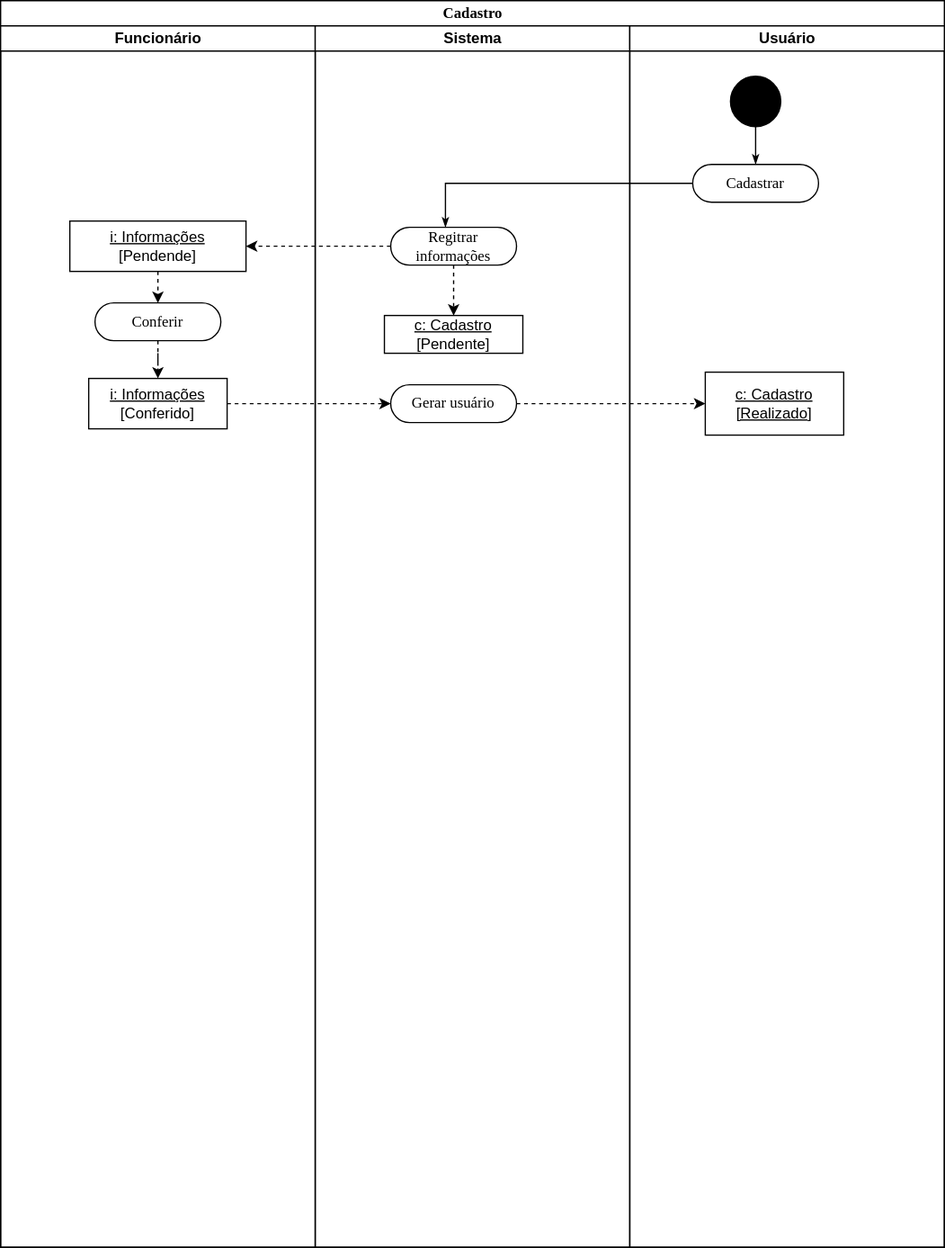
Earlier version of the draw.io export Atividades/Atividade_1.svg (JesCat16/Projeto01_Modelagem_De_Software). Source tidied: cells renumbered, new cells last; positions are measured from the earlier drawing's top-left corner, leaving out a move shared by most shapes.
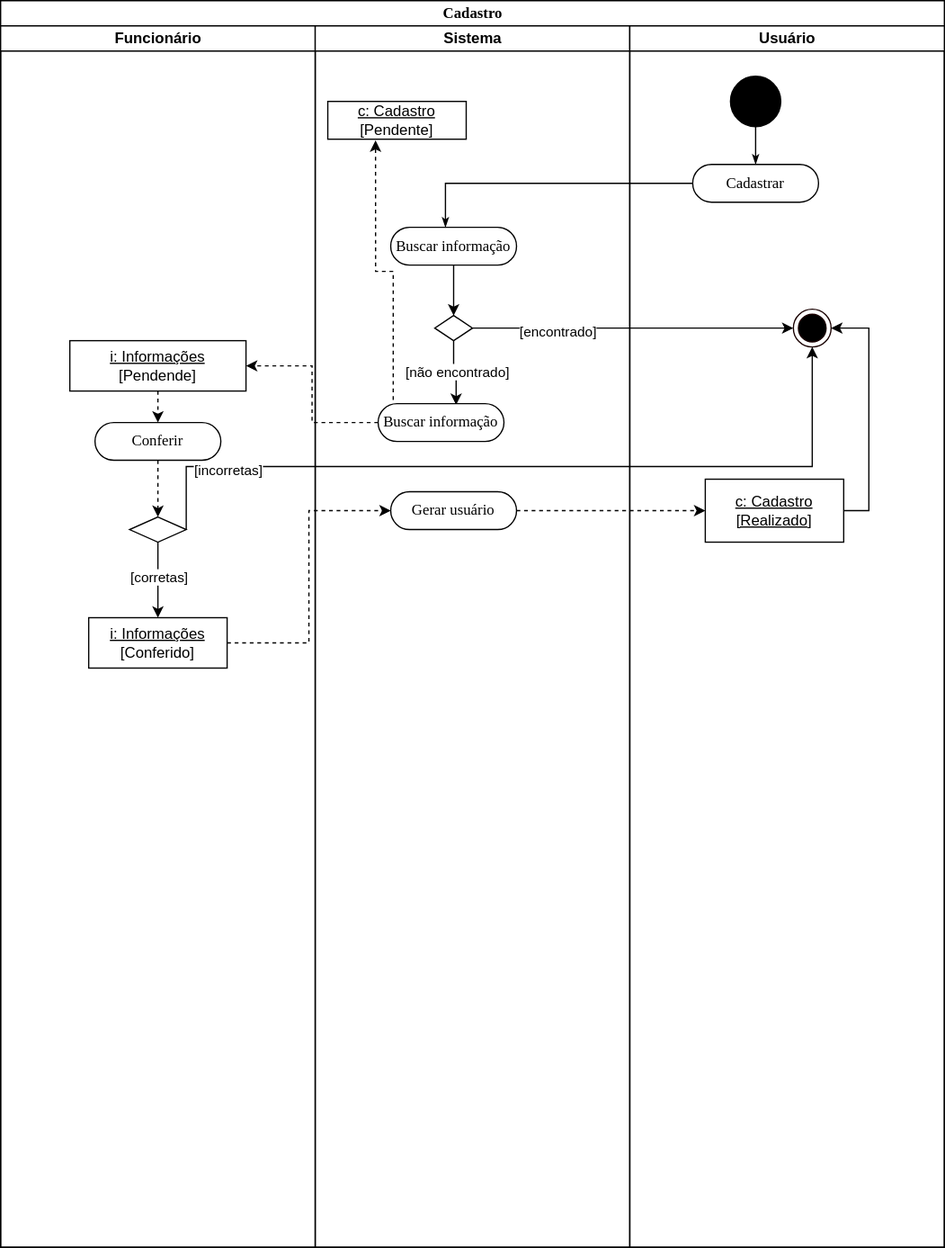
Above is the later version.

Diff of the diagram source:
```diff
@@ -9,42 +9,58 @@
       <mxGeometry y="20" width="250" height="970" as="geometry" />
     </mxCell>
     <mxCell id="4" value="&lt;u&gt;i: Informações&lt;/u&gt;&lt;div&gt;[Pendende]&lt;/div&gt;" style="shape=rect;html=1;whiteSpace=wrap;align=center;" parent="3" vertex="1">
-      <mxGeometry x="55" y="155" width="140" height="40" as="geometry" />
+      <mxGeometry x="55" y="250" width="140" height="40" as="geometry" />
     </mxCell>
     <mxCell id="5" style="edgeStyle=orthogonalEdgeStyle;rounded=0;jettySize=auto;html=1;exitX=0.5;exitY=1;exitDx=0;exitDy=0;dashed=1;" parent="3" edge="1" source="4">
       <mxGeometry relative="1" as="geometry">
-        <mxPoint x="125" y="220" as="targetPoint" />
+        <mxPoint x="125" y="315" as="targetPoint" />
       </mxGeometry>
     </mxCell>
     <mxCell id="6" value="Conferir" style="rounded=1;whiteSpace=wrap;html=1;shadow=0;comic=0;labelBackgroundColor=none;strokeWidth=1;fontFamily=Verdana;fontSize=12;align=center;arcSize=50;" parent="3" vertex="1">
-      <mxGeometry x="75" y="220" width="100" height="30" as="geometry" />
+      <mxGeometry x="75" y="315" width="100" height="30" as="geometry" />
     </mxCell>
-    <mxCell id="7" style="edgeStyle=orthogonalEdgeStyle;rounded=0;jettySize=auto;html=1;exitX=1;exitY=0.5;exitDx=0;exitDy=0;dashed=1;" parent="3" edge="1" source="8">
-      <mxGeometry relative="1" as="geometry">
-        <mxPoint x="310" y="300" as="targetPoint" />
-      </mxGeometry>
-    </mxCell>
     <mxCell id="8" value="&lt;u&gt;i: Informações&lt;/u&gt;&lt;div&gt;[Conferido]&lt;/div&gt;" style="html=1;whiteSpace=wrap;" parent="3" vertex="1">
-      <mxGeometry x="70" y="280" width="110" height="40" as="geometry" />
+      <mxGeometry x="70" y="470" width="110" height="40" as="geometry" />
     </mxCell>
+    <mxCell id="23" style="edgeStyle=orthogonalEdgeStyle;rounded=0;jettySize=auto;html=1;exitX=0.5;exitY=1;exitDx=0;exitDy=0;entryX=0.5;entryY=0;entryDx=0;entryDy=0;" parent="3" edge="1" source="25" target="8">
+      <mxGeometry relative="1" as="geometry" />
+    </mxCell>
+    <mxCell id="24" value="[corretas]" style="edgeLabel;html=1;align=center;verticalAlign=middle;" parent="23" vertex="1">
+      <mxGeometry x="-0.1" relative="1" as="geometry" />
+    </mxCell>
+    <mxCell id="25" style="rhombus;whiteSpace=wrap;html=1;" parent="3" vertex="1">
+      <mxGeometry x="102.5" y="390" width="45" height="20" as="geometry" />
+    </mxCell>
-    <mxCell id="9" style="edgeStyle=orthogonalEdgeStyle;rounded=0;jettySize=auto;html=1;exitX=0.5;exitY=1;exitDx=0;exitDy=0;dashed=1;" parent="3" edge="1" source="6" target="8">
+    <mxCell id="9" style="edgeStyle=orthogonalEdgeStyle;rounded=0;jettySize=auto;html=1;exitX=0.5;exitY=1;exitDx=0;exitDy=0;dashed=1;" parent="3" edge="1" source="6" target="25">
       <mxGeometry relative="1" as="geometry" />
     </mxCell>
     <mxCell id="10" value="Sistema" style="swimlane;html=1;startSize=20;" parent="2" vertex="1">
       <mxGeometry x="250" y="20" width="250" height="970" as="geometry" />
     </mxCell>
-    <mxCell id="11" value="Regitrar informações" style="rounded=1;whiteSpace=wrap;html=1;shadow=0;comic=0;labelBackgroundColor=none;strokeWidth=1;fontFamily=Verdana;fontSize=12;align=center;arcSize=50;" parent="10" vertex="1">
+    <mxCell id="11" value="Buscar informação" style="rounded=1;whiteSpace=wrap;html=1;shadow=0;comic=0;labelBackgroundColor=none;strokeWidth=1;fontFamily=Verdana;fontSize=12;align=center;arcSize=50;" parent="10" vertex="1">
       <mxGeometry x="60" y="160" width="100" height="30" as="geometry" />
     </mxCell>
-    <mxCell id="12" value="Gerar usuário" style="rounded=1;whiteSpace=wrap;html=1;shadow=0;comic=0;labelBackgroundColor=none;strokeWidth=1;fontFamily=Verdana;fontSize=12;align=center;arcSize=50;" parent="10" vertex="1">
-      <mxGeometry x="60" y="285" width="100" height="30" as="geometry" />
-    </mxCell>
     <mxCell id="13" value="&lt;u&gt;c: Cadastro&lt;/u&gt;&lt;div&gt;[Pendente]&lt;/div&gt;" style="html=1;whiteSpace=wrap;" parent="10" vertex="1">
-      <mxGeometry x="55" y="230" width="110" height="30" as="geometry" />
+      <mxGeometry x="10" y="60" width="110" height="30" as="geometry" />
     </mxCell>
-    <mxCell id="14" style="edgeStyle=orthogonalEdgeStyle;rounded=0;jettySize=auto;html=1;exitX=0.5;exitY=1;exitDx=0;exitDy=0;dashed=1;" parent="10" edge="1" source="11" target="13">
-      <mxGeometry relative="1" as="geometry" />
-    </mxCell>
+    <mxCell id="26" style="edgeStyle=orthogonalEdgeStyle;rounded=0;jettySize=auto;html=1;exitX=0.5;exitY=1;exitDx=0;exitDy=0;entryX=0.62;entryY=0.033;entryDx=0;entryDy=0;entryPerimeter=0;" parent="10" edge="1" source="28" target="30">
+      <mxGeometry relative="1" as="geometry" />
+    </mxCell>
+    <mxCell id="27" value="[não encontrado]" style="edgeLabel;html=1;align=center;verticalAlign=middle;" parent="26" vertex="1">
+      <mxGeometry x="-0.09" y="2" relative="1" as="geometry" />
+    </mxCell>
+    <mxCell id="28" style="rhombus;whiteSpace=wrap;html=1;" parent="10" vertex="1">
+      <mxGeometry x="95" y="230" width="30" height="20" as="geometry" />
+    </mxCell>
+    <mxCell id="29" style="edgeStyle=orthogonalEdgeStyle;rounded=0;jettySize=auto;html=1;exitX=0.5;exitY=1;exitDx=0;exitDy=0;" parent="10" edge="1" source="11" target="28">
+      <mxGeometry relative="1" as="geometry" />
+    </mxCell>
+    <mxCell id="30" value="Buscar informação" style="rounded=1;whiteSpace=wrap;html=1;shadow=0;comic=0;labelBackgroundColor=none;strokeWidth=1;fontFamily=Verdana;fontSize=12;align=center;arcSize=50;" parent="10" vertex="1">
+      <mxGeometry x="50" y="300" width="100" height="30" as="geometry" />
+    </mxCell>
+    <mxCell id="31" style="edgeStyle=orthogonalEdgeStyle;rounded=0;jettySize=auto;html=1;exitX=0.12;exitY=-0.1;exitDx=0;exitDy=0;entryX=0.345;entryY=1.033;entryDx=0;entryDy=0;entryPerimeter=0;dashed=1;exitPerimeter=0;" parent="10" edge="1" source="30" target="13">
+      <mxGeometry relative="1" as="geometry" />
+    </mxCell>
     <mxCell id="15" value="Usuário" style="swimlane;html=1;startSize=20;" parent="2" vertex="1">
       <mxGeometry x="500" y="20" width="250" height="970" as="geometry" />
     </mxCell>
@@ -57,9 +73,21 @@
     <mxCell id="18" value="Cadastrar" style="rounded=1;whiteSpace=wrap;html=1;shadow=0;comic=0;labelBackgroundColor=none;strokeWidth=1;fontFamily=Verdana;fontSize=12;align=center;arcSize=50;" parent="15" vertex="1">
       <mxGeometry x="50" y="110" width="100" height="30" as="geometry" />
     </mxCell>
+    <mxCell id="32" style="ellipse;html=1;shape=endState;fillColor=#000000;strokeColor=#190000;" parent="15" vertex="1">
+      <mxGeometry x="130" y="225" width="30" height="30" as="geometry" />
+    </mxCell>
+    <mxCell id="12" value="Gerar usuário" style="rounded=1;whiteSpace=wrap;html=1;shadow=0;comic=0;labelBackgroundColor=none;strokeWidth=1;fontFamily=Verdana;fontSize=12;align=center;arcSize=50;" parent="15" vertex="1">
+      <mxGeometry x="-190" y="370" width="100" height="30" as="geometry" />
+    </mxCell>
+    <mxCell id="33" style="edgeStyle=orthogonalEdgeStyle;rounded=0;jettySize=auto;html=1;exitX=1;exitY=0.5;exitDx=0;exitDy=0;entryX=1;entryY=0.5;entryDx=0;entryDy=0;" parent="15" edge="1" source="19" target="32">
+      <mxGeometry relative="1" as="geometry" />
+    </mxCell>
     <mxCell id="19" value="&lt;u&gt;c: Cadastro&lt;/u&gt;&lt;div&gt;&lt;u&gt;[Realizado]&lt;/u&gt;&lt;/div&gt;" style="html=1;whiteSpace=wrap;" parent="15" vertex="1">
-      <mxGeometry x="60" y="275" width="110" height="50" as="geometry" />
+      <mxGeometry x="60" y="360" width="110" height="50" as="geometry" />
     </mxCell>
+    <mxCell id="22" style="edgeStyle=orthogonalEdgeStyle;rounded=0;jettySize=auto;html=1;exitX=1;exitY=0.5;exitDx=0;exitDy=0;dashed=1;" parent="15" edge="1" source="12" target="19">
+      <mxGeometry relative="1" as="geometry" />
+    </mxCell>
     <mxCell id="20" style="edgeStyle=orthogonalEdgeStyle;rounded=0;html=1;entryX=0.5;entryY=0;labelBackgroundColor=none;startArrow=none;startFill=0;startSize=5;endArrow=classicThin;endFill=1;endSize=5;jettySize=auto;strokeWidth=1;fontFamily=Verdana;fontSize=12;" parent="2" edge="1" source="18">
       <mxGeometry relative="1" as="geometry">
         <mxPoint x="353.5" y="180" as="targetPoint" />
@@ -68,13 +96,30 @@
         </Array>
       </mxGeometry>
     </mxCell>
-    <mxCell id="21" style="edgeStyle=orthogonalEdgeStyle;rounded=0;jettySize=auto;html=1;exitX=0;exitY=0.5;exitDx=0;exitDy=0;dashed=1;" parent="2" edge="1" source="11">
-      <mxGeometry relative="1" as="geometry">
-        <mxPoint x="195" y="195" as="targetPoint" />
-      </mxGeometry>
-    </mxCell>
-    <mxCell id="22" style="edgeStyle=orthogonalEdgeStyle;rounded=0;jettySize=auto;html=1;exitX=1;exitY=0.5;exitDx=0;exitDy=0;dashed=1;" parent="2" edge="1" source="12" target="19">
-      <mxGeometry relative="1" as="geometry" />
-    </mxCell>
+    <mxCell id="34" style="edgeStyle=orthogonalEdgeStyle;rounded=0;jettySize=auto;html=1;exitX=1;exitY=0.5;exitDx=0;exitDy=0;entryX=0;entryY=0.5;entryDx=0;entryDy=0;" parent="2" edge="1" source="28" target="32">
+      <mxGeometry relative="1" as="geometry" />
+    </mxCell>
+    <mxCell id="35" value="[encontrado]" style="edgeLabel;html=1;align=center;verticalAlign=middle;" parent="34" vertex="1">
+      <mxGeometry x="-0.47" y="-2" relative="1" as="geometry" />
+    </mxCell>
+    <mxCell id="7" style="edgeStyle=orthogonalEdgeStyle;rounded=0;jettySize=auto;html=1;exitX=1;exitY=0.5;exitDx=0;exitDy=0;dashed=1;entryX=0;entryY=0.5;entryDx=0;entryDy=0;" parent="2" edge="1" source="8" target="12">
+      <mxGeometry relative="1" as="geometry" />
+    </mxCell>
+    <mxCell id="36" style="edgeStyle=orthogonalEdgeStyle;rounded=0;jettySize=auto;html=1;exitX=0;exitY=0.5;exitDx=0;exitDy=0;entryX=1;entryY=0.5;entryDx=0;entryDy=0;dashed=1;" parent="2" edge="1" source="30" target="4">
+      <mxGeometry relative="1" as="geometry" />
+    </mxCell>
+    <mxCell id="37" style="edgeStyle=orthogonalEdgeStyle;rounded=0;jettySize=auto;html=1;exitX=1;exitY=0.5;exitDx=0;exitDy=0;entryX=0.5;entryY=1;entryDx=0;entryDy=0;" parent="2" edge="1" source="25" target="32">
+      <mxGeometry relative="1" as="geometry">
+        <Array as="points">
+          <mxPoint x="148" y="370" />
+          <mxPoint x="645" y="370" />
+        </Array>
+      </mxGeometry>
+    </mxCell>
+    <mxCell id="38" value="[incorretas]" style="edgeLabel;html=1;align=center;verticalAlign=middle;" parent="37" vertex="1">
+      <mxGeometry x="-0.74" y="-2" relative="1" as="geometry">
+        <mxPoint x="1" as="offset" />
+      </mxGeometry>
+    </mxCell>
   </root>
 </mxGraphModel>
```
